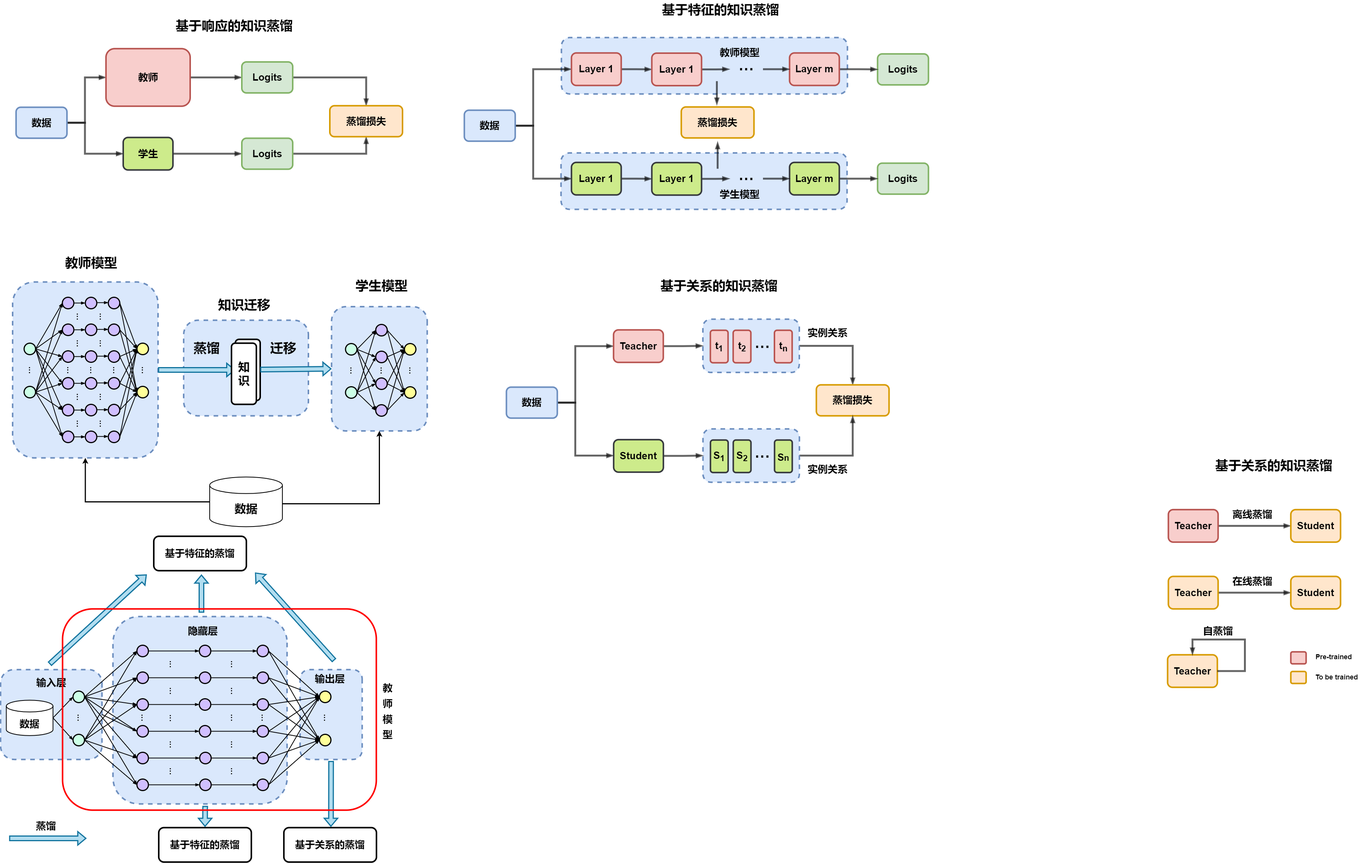
Above: KD.drawio.png in AAAAAAAyq/Personal-Studying (draw.io), before the change. Source tidied: cells renumbered, new cells last; positions are measured from the earlier drawing's top-left corner, leaving out a move shared by most shapes.
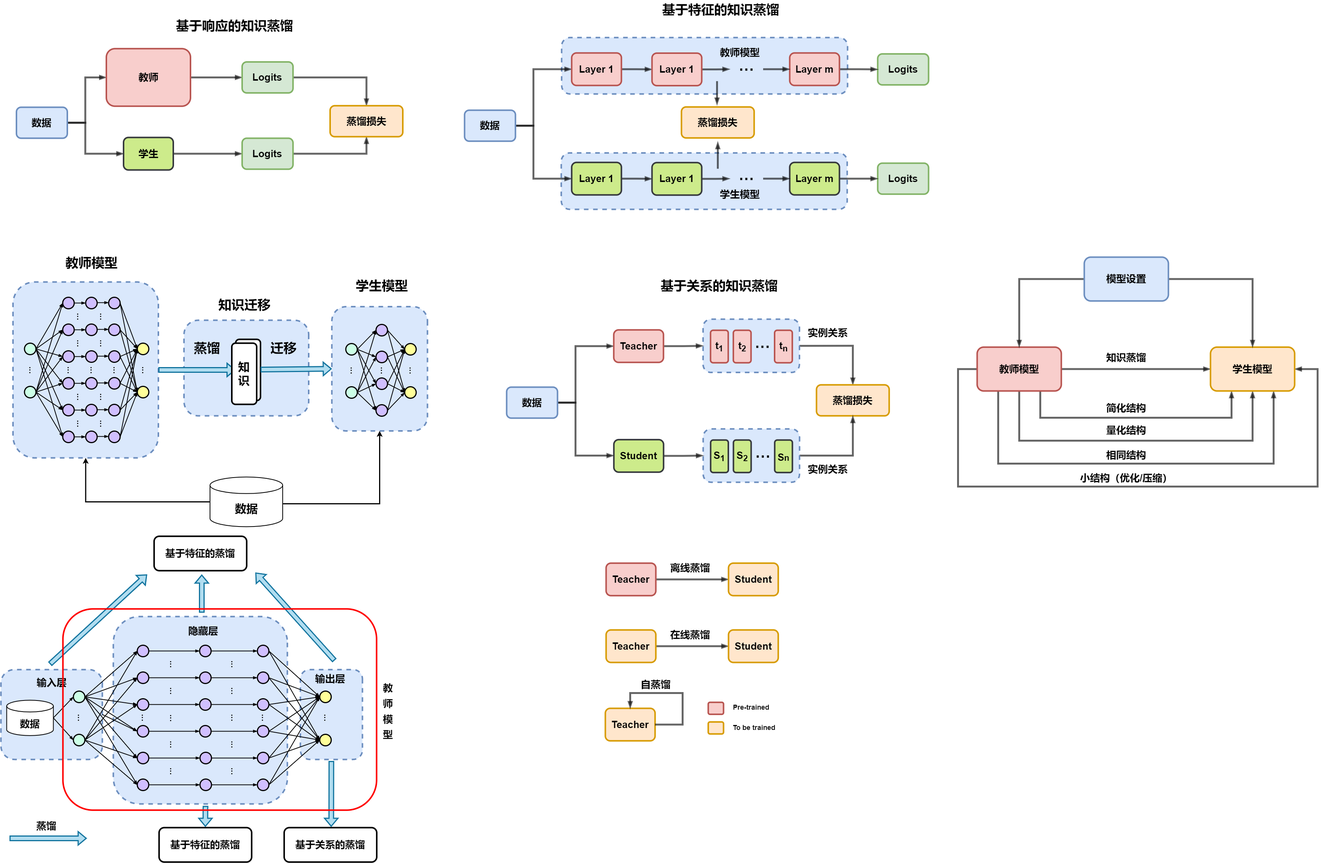
The same diagram one commit later.

Diff of the diagram source:
```diff
@@ -968,59 +968,123 @@
     <mxCell id="274" value="&lt;span style=&quot;font-size: 26px;&quot;&gt;实例关系&lt;/span&gt;" style="text;html=1;strokeColor=none;fillColor=none;align=center;verticalAlign=middle;whiteSpace=wrap;rounded=0;fontSize=34;rotation=0;fontStyle=1;" parent="1" vertex="1">
       <mxGeometry x="1990" y="1401" width="360" height="50" as="geometry" />
     </mxCell>
-    <mxCell id="275" value="基于关系的知识蒸馏" style="text;html=1;strokeColor=none;fillColor=none;align=center;verticalAlign=middle;whiteSpace=wrap;rounded=0;fontSize=34;rotation=0;fontStyle=1;" parent="1" vertex="1">
-      <mxGeometry x="3156.4" y="1394.1" width="360" height="50" as="geometry" />
-    </mxCell>
     <mxCell id="276" style="edgeStyle=orthogonalEdgeStyle;shape=connector;rounded=0;jettySize=auto;html=1;exitX=1;exitY=0.5;exitDx=0;exitDy=0;labelBackgroundColor=default;fontFamily=Helvetica;fontSize=26;fontColor=default;endArrow=blockThin;endFill=1;strokeColor=default;strokeWidth=5;opacity=60;entryX=0;entryY=0.5;entryDx=0;entryDy=0;" parent="1" edge="1" source="277" target="279">
       <mxGeometry relative="1" as="geometry" />
     </mxCell>
     <mxCell id="277" value="Teacher" style="rounded=1;whiteSpace=wrap;html=1;fontSize=26;strokeWidth=4;fontStyle=1;fillColor=#f8cecc;strokeColor=#b85450;" parent="1" vertex="1">
-      <mxGeometry x="3060" y="1534.3" width="130" height="85" as="geometry" />
+      <mxGeometry x="1590" y="1674.3" width="130" height="85" as="geometry" />
     </mxCell>
     <mxCell id="278" value="&lt;span style=&quot;font-size: 26px;&quot;&gt;离线蒸馏&lt;/span&gt;" style="text;html=1;strokeColor=none;fillColor=none;align=center;verticalAlign=middle;whiteSpace=wrap;rounded=0;fontSize=34;rotation=0;fontStyle=1;" parent="1" vertex="1">
-      <mxGeometry x="3100" y="1518.9" width="360" height="50" as="geometry" />
+      <mxGeometry x="1630" y="1658.9" width="360" height="50" as="geometry" />
     </mxCell>
     <mxCell id="279" value="Student" style="rounded=1;whiteSpace=wrap;html=1;fontSize=26;strokeWidth=4;fontStyle=1;fillColor=#ffe6cc;strokeColor=#d79b00;" parent="1" vertex="1">
-      <mxGeometry x="3380" y="1534.3" width="130" height="85" as="geometry" />
+      <mxGeometry x="1910" y="1674.3" width="130" height="85" as="geometry" />
     </mxCell>
     <mxCell id="280" style="edgeStyle=orthogonalEdgeStyle;shape=connector;rounded=0;jettySize=auto;html=1;exitX=1;exitY=0.5;exitDx=0;exitDy=0;labelBackgroundColor=default;fontFamily=Helvetica;fontSize=26;fontColor=default;endArrow=blockThin;endFill=1;strokeColor=default;strokeWidth=5;opacity=60;entryX=0;entryY=0.5;entryDx=0;entryDy=0;" parent="1" edge="1" source="281" target="283">
       <mxGeometry relative="1" as="geometry" />
     </mxCell>
     <mxCell id="281" value="Teacher" style="rounded=1;whiteSpace=wrap;html=1;fontSize=26;strokeWidth=4;fontStyle=1;fillColor=#ffe6cc;strokeColor=#d79b00;" parent="1" vertex="1">
-      <mxGeometry x="3060" y="1709" width="130" height="85" as="geometry" />
+      <mxGeometry x="1590" y="1849" width="130" height="85" as="geometry" />
     </mxCell>
     <mxCell id="282" value="&lt;span style=&quot;font-size: 26px;&quot;&gt;在线蒸馏&lt;/span&gt;" style="text;html=1;strokeColor=none;fillColor=none;align=center;verticalAlign=middle;whiteSpace=wrap;rounded=0;fontSize=34;rotation=0;fontStyle=1;" parent="1" vertex="1">
-      <mxGeometry x="3100" y="1693.6" width="360" height="50" as="geometry" />
+      <mxGeometry x="1630" y="1833.6" width="360" height="50" as="geometry" />
     </mxCell>
     <mxCell id="283" value="Student" style="rounded=1;whiteSpace=wrap;html=1;fontSize=26;strokeWidth=4;fontStyle=1;fillColor=#ffe6cc;strokeColor=#d79b00;" parent="1" vertex="1">
-      <mxGeometry x="3380" y="1709" width="130" height="85" as="geometry" />
+      <mxGeometry x="1910" y="1849" width="130" height="85" as="geometry" />
     </mxCell>
     <mxCell id="284" value="Teacher" style="rounded=1;whiteSpace=wrap;html=1;fontSize=26;strokeWidth=4;fontStyle=1;fillColor=#ffe6cc;strokeColor=#d79b00;" parent="1" vertex="1">
-      <mxGeometry x="3058" y="1914" width="130" height="85" as="geometry" />
+      <mxGeometry x="1588" y="2054" width="130" height="85" as="geometry" />
     </mxCell>
     <mxCell id="285" value="&lt;span style=&quot;font-size: 26px;&quot;&gt;自蒸馏&lt;/span&gt;" style="text;html=1;strokeColor=none;fillColor=none;align=center;verticalAlign=middle;whiteSpace=wrap;rounded=0;fontSize=34;rotation=0;fontStyle=1;" parent="1" vertex="1">
-      <mxGeometry x="3010" y="1824" width="360" height="50" as="geometry" />
+      <mxGeometry x="1540" y="1964" width="360" height="50" as="geometry" />
     </mxCell>
     <mxCell id="286" style="edgeStyle=orthogonalEdgeStyle;shape=connector;rounded=0;orthogonalLoop=1;jettySize=auto;html=1;exitX=1;exitY=0.5;exitDx=0;exitDy=0;entryX=0.5;entryY=0;entryDx=0;entryDy=0;labelBackgroundColor=default;fontFamily=Helvetica;fontSize=26;fontColor=default;endArrow=blockThin;endFill=1;strokeColor=default;strokeWidth=5;opacity=60;" parent="1" edge="1" source="284" target="284">
       <mxGeometry relative="1" as="geometry">
         <Array as="points">
-          <mxPoint x="3260" y="1956" />
-          <mxPoint x="3260" y="1874" />
-          <mxPoint x="3123" y="1874" />
+          <mxPoint x="1790" y="2096" />
+          <mxPoint x="1790" y="2014" />
+          <mxPoint x="1653" y="2014" />
         </Array>
       </mxGeometry>
     </mxCell>
     <mxCell id="287" style="rounded=1;whiteSpace=wrap;html=1;fontSize=26;strokeWidth=4;fontStyle=1;fillColor=#f8cecc;strokeColor=#b85450;" parent="1" vertex="1">
-      <mxGeometry x="3380" y="1906.3" width="40" height="31.4" as="geometry" />
+      <mxGeometry x="1857" y="2038.3" width="40" height="31.4" as="geometry" />
     </mxCell>
     <mxCell id="288" value="&lt;font style=&quot;font-size: 18px;&quot;&gt;Pre-trained&lt;/font&gt;" style="text;html=1;strokeColor=none;fillColor=none;align=center;verticalAlign=middle;whiteSpace=wrap;rounded=0;fontSize=34;rotation=0;fontStyle=1;" parent="1" vertex="1">
-      <mxGeometry x="3440" y="1889" width="105" height="50" as="geometry" />
+      <mxGeometry x="1917" y="2021" width="105" height="50" as="geometry" />
     </mxCell>
     <mxCell id="289" style="rounded=1;whiteSpace=wrap;html=1;fontSize=26;strokeWidth=4;fontStyle=1;fillColor=#ffe6cc;strokeColor=#d79b00;" parent="1" vertex="1">
-      <mxGeometry x="3380" y="1957.6" width="40" height="31.4" as="geometry" />
+      <mxGeometry x="1857" y="2089.6" width="40" height="31.4" as="geometry" />
     </mxCell>
     <mxCell id="290" value="&lt;font style=&quot;font-size: 18px;&quot;&gt;To be trained&lt;/font&gt;" style="text;html=1;strokeColor=none;fillColor=none;align=center;verticalAlign=middle;whiteSpace=wrap;rounded=0;fontSize=34;rotation=0;fontStyle=1;" parent="1" vertex="1">
-      <mxGeometry x="3425" y="1942" width="150" height="50" as="geometry" />
+      <mxGeometry x="1902" y="2074" width="150" height="50" as="geometry" />
     </mxCell>
+    <mxCell id="291" style="edgeStyle=orthogonalEdgeStyle;shape=connector;rounded=0;jettySize=auto;html=1;exitX=1;exitY=0.5;exitDx=0;exitDy=0;labelBackgroundColor=default;fontFamily=Helvetica;fontSize=26;fontColor=default;endArrow=blockThin;endFill=1;strokeColor=default;strokeWidth=5;opacity=60;entryX=0;entryY=0.5;entryDx=0;entryDy=0;" parent="1" edge="1" source="296" target="298">
+      <mxGeometry relative="1" as="geometry" />
+    </mxCell>
+    <mxCell id="292" style="edgeStyle=orthogonalEdgeStyle;shape=connector;rounded=0;jettySize=auto;html=1;entryX=0.5;entryY=1;entryDx=0;entryDy=0;labelBackgroundColor=default;fontFamily=Helvetica;fontSize=18;fontColor=default;endArrow=blockThin;endFill=1;strokeColor=default;strokeWidth=5;opacity=60;" parent="1" edge="1" source="296" target="298">
+      <mxGeometry relative="1" as="geometry">
+        <Array as="points">
+          <mxPoint x="2670" y="1354" />
+          <mxPoint x="3280" y="1354" />
+        </Array>
+      </mxGeometry>
+    </mxCell>
+    <mxCell id="293" style="edgeStyle=orthogonalEdgeStyle;shape=connector;rounded=0;jettySize=auto;html=1;exitX=0.75;exitY=1;exitDx=0;exitDy=0;entryX=0.25;entryY=1;entryDx=0;entryDy=0;labelBackgroundColor=default;fontFamily=Helvetica;fontSize=18;fontColor=default;endArrow=blockThin;endFill=1;strokeColor=default;strokeWidth=5;opacity=60;" parent="1" edge="1" source="296" target="298">
+      <mxGeometry relative="1" as="geometry">
+        <Array as="points">
+          <mxPoint x="2725" y="1294" />
+          <mxPoint x="3225" y="1294" />
+        </Array>
+      </mxGeometry>
+    </mxCell>
+    <mxCell id="294" style="edgeStyle=orthogonalEdgeStyle;shape=connector;rounded=0;jettySize=auto;html=1;exitX=0.25;exitY=1;exitDx=0;exitDy=0;entryX=0.75;entryY=1;entryDx=0;entryDy=0;labelBackgroundColor=default;fontFamily=Helvetica;fontSize=18;fontColor=default;endArrow=blockThin;endFill=1;strokeColor=default;strokeWidth=5;opacity=60;" parent="1" edge="1" source="296" target="298">
+      <mxGeometry relative="1" as="geometry">
+        <Array as="points">
+          <mxPoint x="2615" y="1414" />
+          <mxPoint x="3335" y="1414" />
+        </Array>
+      </mxGeometry>
+    </mxCell>
+    <mxCell id="295" style="edgeStyle=orthogonalEdgeStyle;shape=connector;rounded=0;jettySize=auto;html=1;entryX=1;entryY=0.5;entryDx=0;entryDy=0;labelBackgroundColor=default;fontFamily=Helvetica;fontSize=18;fontColor=default;endArrow=blockThin;endFill=1;strokeColor=default;strokeWidth=5;opacity=60;" parent="1" edge="1" source="296" target="298">
+      <mxGeometry relative="1" as="geometry">
+        <Array as="points">
+          <mxPoint x="2510" y="1167" />
+          <mxPoint x="2510" y="1474" />
+          <mxPoint x="3450" y="1474" />
+          <mxPoint x="3450" y="1167" />
+        </Array>
+      </mxGeometry>
+    </mxCell>
+    <mxCell id="296" value="教师模型" style="rounded=1;whiteSpace=wrap;html=1;fontSize=26;strokeWidth=4;fontStyle=1;fillColor=#f8cecc;strokeColor=#b85450;" parent="1" vertex="1">
+      <mxGeometry x="2560" y="1109.4" width="220" height="114.6" as="geometry" />
+    </mxCell>
+    <mxCell id="297" value="&lt;span style=&quot;font-size: 26px;&quot;&gt;知识蒸馏&lt;/span&gt;" style="text;html=1;strokeColor=none;fillColor=none;align=center;verticalAlign=middle;whiteSpace=wrap;rounded=0;fontSize=34;rotation=0;fontStyle=1;" parent="1" vertex="1">
+      <mxGeometry x="2770" y="1109" width="360" height="50" as="geometry" />
+    </mxCell>
+    <mxCell id="298" value="学生模型" style="rounded=1;whiteSpace=wrap;html=1;fontSize=26;strokeWidth=4;fontStyle=1;fillColor=#ffe6cc;strokeColor=#d79b00;" parent="1" vertex="1">
+      <mxGeometry x="3170" y="1109.4" width="220" height="114.6" as="geometry" />
+    </mxCell>
+    <mxCell id="299" style="edgeStyle=orthogonalEdgeStyle;shape=connector;rounded=0;jettySize=auto;html=1;labelBackgroundColor=default;fontFamily=Helvetica;fontSize=18;fontColor=default;endArrow=blockThin;endFill=1;strokeColor=default;strokeWidth=5;opacity=60;" parent="1" edge="1" source="301" target="296">
+      <mxGeometry relative="1" as="geometry" />
+    </mxCell>
+    <mxCell id="300" style="edgeStyle=orthogonalEdgeStyle;shape=connector;rounded=0;jettySize=auto;html=1;exitX=1;exitY=0.5;exitDx=0;exitDy=0;entryX=0.5;entryY=0;entryDx=0;entryDy=0;labelBackgroundColor=default;fontFamily=Helvetica;fontSize=18;fontColor=default;endArrow=blockThin;endFill=1;strokeColor=default;strokeWidth=5;opacity=60;" parent="1" edge="1" source="301" target="298">
+      <mxGeometry relative="1" as="geometry" />
+    </mxCell>
+    <mxCell id="301" value="模型设置" style="rounded=1;whiteSpace=wrap;html=1;fontSize=26;strokeWidth=4;fontStyle=1;fillColor=#dae8fc;strokeColor=#6c8ebf;" parent="1" vertex="1">
+      <mxGeometry x="2840" y="874" width="220" height="114.6" as="geometry" />
+    </mxCell>
+    <mxCell id="302" value="&lt;span style=&quot;font-size: 26px;&quot;&gt;简化结构&lt;/span&gt;&lt;span style=&quot;color: rgba(0, 0, 0, 0); font-family: monospace; font-size: 0px; font-weight: 400; text-align: start;&quot;&gt;%3CmxGraphModel%3E%3Croot%3E%3CmxCell%20id%3D%220%22%2F%3E%3CmxCell%20id%3D%221%22%20parent%3D%220%22%2F%3E%3CmxCell%20id%3D%222%22%20value%3D%22%26lt%3Bspan%20style%3D%26quot%3Bfont-size%3A%2026px%3B%26quot%3B%26gt%3B%E7%9F%A5%E8%AF%86%E8%92%B8%E9%A6%8F%26lt%3B%2Fspan%26gt%3B%22%20style%3D%22text%3Bhtml%3D1%3BstrokeColor%3Dnone%3BfillColor%3Dnone%3Balign%3Dcenter%3BverticalAlign%3Dmiddle%3BwhiteSpace%3Dwrap%3Brounded%3D0%3BfontSize%3D34%3Brotation%3D0%3BfontStyle%3D1%22%20vertex%3D%221%22%20parent%3D%221%22%3E%3CmxGeometry%20x%3D%221780%22%20y%3D%2255.00000000000006%22%20width%3D%22360%22%20height%3D%2250%22%20as%3D%22geometry%22%2F%3E%3C%2FmxCell%3E%3C%2Froot%3E%3C%2FmxGraphModel%3E&lt;/span&gt;" style="text;html=1;strokeColor=none;fillColor=none;align=center;verticalAlign=middle;whiteSpace=wrap;rounded=0;fontSize=34;rotation=0;fontStyle=1;" parent="1" vertex="1">
+      <mxGeometry x="2770" y="1241" width="360" height="50" as="geometry" />
+    </mxCell>
+    <mxCell id="303" value="&lt;span style=&quot;font-size: 26px;&quot;&gt;量化结构&lt;/span&gt;&lt;span style=&quot;color: rgba(0, 0, 0, 0); font-family: monospace; font-size: 0px; font-weight: 400; text-align: start;&quot;&gt;%3CmxGraphModel%3E%3Croot%3E%3CmxCell%20id%3D%220%22%2F%3E%3CmxCell%20id%3D%221%22%20parent%3D%220%22%2F%3E%3CmxCell%20id%3D%222%22%20value%3D%22%26lt%3Bspan%20style%3D%26quot%3Bfont-size%3A%2026px%3B%26quot%3B%26gt%3B%E7%9F%A5%E8%AF%86%E8%92%B8%E9%A6%8F%26lt%3B%2Fspan%26gt%3B%22%20style%3D%22text%3Bhtml%3D1%3BstrokeColor%3Dnone%3BfillColor%3Dnone%3Balign%3Dcenter%3BverticalAlign%3Dmiddle%3BwhiteSpace%3Dwrap%3Brounded%3D0%3BfontSize%3D34%3Brotation%3D0%3BfontStyle%3D1%22%20vertex%3D%221%22%20parent%3D%221%22%3E%3CmxGeometry%20x%3D%221780%22%20y%3D%2255.00000000000006%22%20width%3D%22360%22%20height%3D%2250%22%20as%3D%22geometry%22%2F%3E%3C%2FmxCell%3E%3C%2Froot%3E%3C%2FmxGraphModel%3E&lt;/span&gt;" style="text;html=1;strokeColor=none;fillColor=none;align=center;verticalAlign=middle;whiteSpace=wrap;rounded=0;fontSize=34;rotation=0;fontStyle=1;" parent="1" vertex="1">
+      <mxGeometry x="2770" y="1299" width="360" height="50" as="geometry" />
+    </mxCell>
+    <mxCell id="304" value="&lt;span style=&quot;font-size: 26px;&quot;&gt;相同结构&lt;/span&gt;&lt;span style=&quot;color: rgba(0, 0, 0, 0); font-family: monospace; font-size: 0px; font-weight: 400; text-align: start;&quot;&gt;%3CmxGraphModel%3E%3Croot%3E%3CmxCell%20id%3D%220%22%2F%3E%3CmxCell%20id%3D%221%22%20parent%3D%220%22%2F%3E%3CmxCell%20id%3D%222%22%20value%3D%22%26lt%3Bspan%20style%3D%26quot%3Bfont-size%3A%2026px%3B%26quot%3B%26gt%3B%E7%9F%A5%E8%AF%86%E8%92%B8%E9%A6%8F%26lt%3B%2Fspan%26gt%3B%22%20style%3D%22text%3Bhtml%3D1%3BstrokeColor%3Dnone%3BfillColor%3Dnone%3Balign%3Dcenter%3BverticalAlign%3Dmiddle%3BwhiteSpace%3Dwrap%3Brounded%3D0%3BfontSize%3D34%3Brotation%3D0%3BfontStyle%3D1%22%20vertex%3D%221%22%20parent%3D%221%22%3E%3CmxGeometry%20x%3D%221780%22%20y%3D%2255.00000000000006%22%20width%3D%22360%22%20height%3D%2250%22%20as%3D%22geometry%22%2F%3E%3C%2FmxCell%3E%3C%2Froot%3E%3C%2FmxGraphModel%3E&lt;/span&gt;" style="text;html=1;strokeColor=none;fillColor=none;align=center;verticalAlign=middle;whiteSpace=wrap;rounded=0;fontSize=34;rotation=0;fontStyle=1;" parent="1" vertex="1">
+      <mxGeometry x="2770" y="1363.8" width="360" height="50" as="geometry" />
+    </mxCell>
+    <mxCell id="305" value="&lt;span style=&quot;font-size: 26px;&quot;&gt;小结构（优化/压缩）&lt;/span&gt;&lt;span style=&quot;color: rgba(0, 0, 0, 0); font-family: monospace; font-size: 0px; font-weight: 400; text-align: start;&quot;&gt;%()3CmxGraphModel%3E%3Croot%3E%3CmxCell%20id%3D%220%22%2F%3E%3CmxCell%20id%3D%221%22%20parent%3D%220%22%2F%3E%3CmxCell%20id%3D%222%22%20value%3D%22%26lt%3Bspan%20style%3D%26quot%3Bfont-size%3A%2026px%3B%26quot%3B%26gt%3B%E7%9F%A5%E8%AF%86%E8%92%B8%E9%A6%8F%26lt%3B%2Fspan%26gt%3B%22%20style%3D%22text%3Bhtml%3D1%3BstrokeColor%3Dnone%3BfillColor%3Dnone%3Balign%3Dcenter%3BverticalAlign%3Dmiddle%3BwhiteSpace%3Dwrap%3Brounded%3D0%3BfontSize%3D34%3Brotation%3D0%3BfontStyle%3D1%22%20vertex%3D%221%22%20parent%3D%221%22%3E%3CmxGeometry%20x%3D%221780%22%20y%3D%2255.00000000000006%22%20width%3D%22360%22%20height%3D%2250%22%20as%3D%22geometry%22%2F%3E%3C%2FmxCell%3E%3C%2Froot%3E%3C%2FmxGraphModel%3E&lt;/span&gt;" style="text;html=1;strokeColor=none;fillColor=none;align=center;verticalAlign=middle;whiteSpace=wrap;rounded=0;fontSize=34;rotation=0;fontStyle=1;" parent="1" vertex="1">
+      <mxGeometry x="2770" y="1424" width="360" height="50" as="geometry" />
+    </mxCell>
   </root>
 </mxGraphModel>
```
